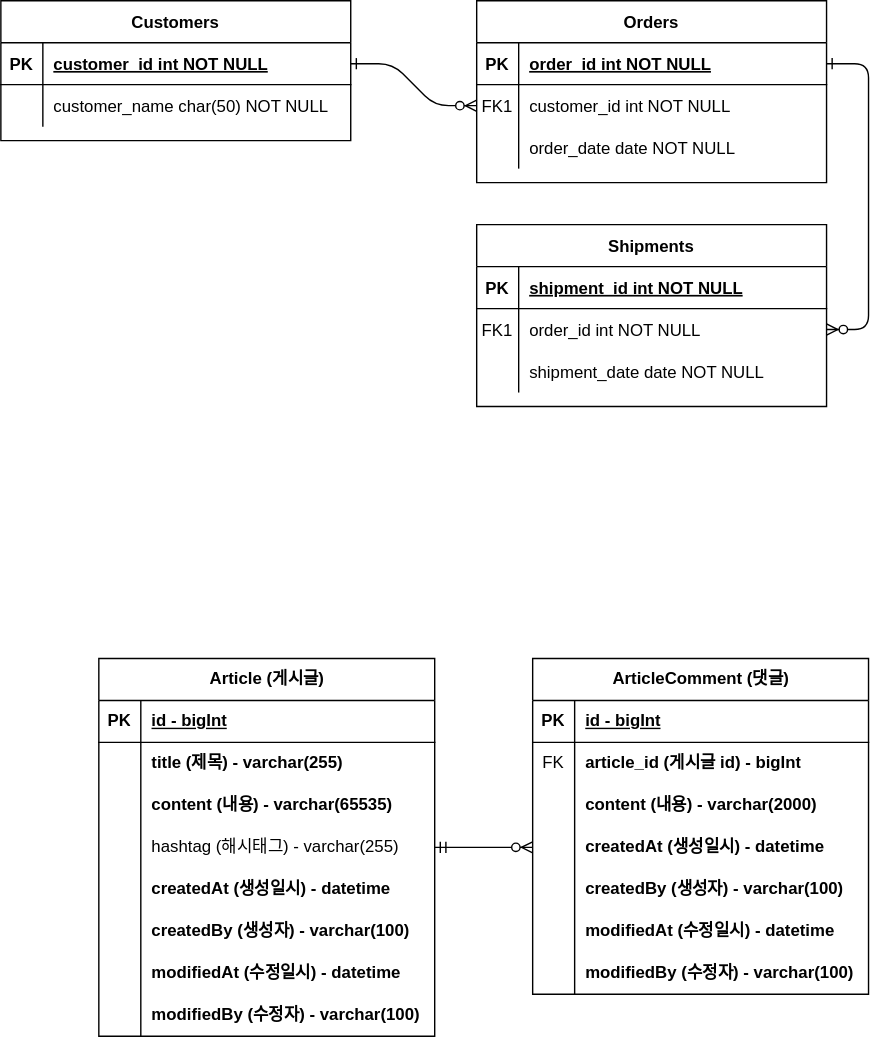
The draw.io diagram 2/document/project-board-erd.svg in hstla/fc-backend-10, before a commit. Source tidied: cells renumbered, new cells last; positions are measured from the earlier drawing's top-left corner, leaving out a move shared by most shapes.
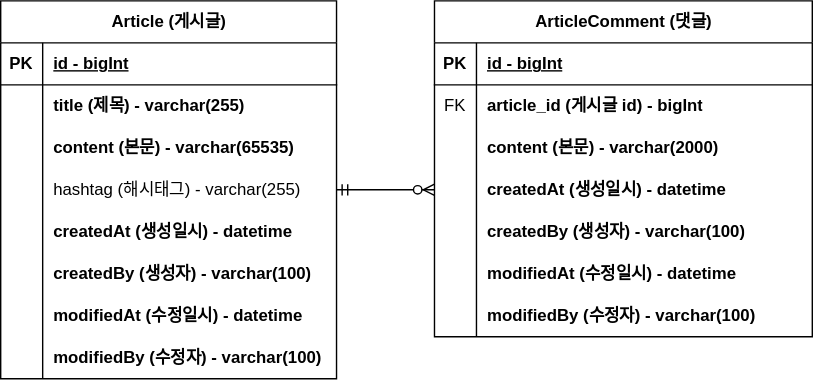
The same file after the commit.

The edit, as a diff of the source:
```diff
@@ -2,93 +2,6 @@
   <root>
     <mxCell id="0" />
     <mxCell id="1" parent="0" />
-    <mxCell id="2" style="edgeStyle=entityRelationEdgeStyle;endArrow=ERzeroToMany;startArrow=ERone;endFill=1;startFill=0;" parent="1" edge="1" source="25" target="8">
-      <mxGeometry relative="1" as="geometry" />
-    </mxCell>
-    <mxCell id="3" style="edgeStyle=entityRelationEdgeStyle;endArrow=ERzeroToMany;startArrow=ERone;endFill=1;startFill=0;" parent="1" edge="1" source="5" target="18">
-      <mxGeometry relative="1" as="geometry" />
-    </mxCell>
-    <mxCell id="4" value="Orders" style="shape=table;startSize=30;rowLines=0;fontStyle=1;align=center;" parent="1" vertex="1">
-      <mxGeometry x="340" width="250" height="130" as="geometry" />
-    </mxCell>
-    <mxCell id="5" style="shape=partialRectangle;fillColor=none;points=[[0,0.5],[1,0.5]];portConstraint=eastwest;top=0;left=0;right=0;bottom=1;" parent="4" vertex="1">
-      <mxGeometry y="30" width="250" height="30" as="geometry" />
-    </mxCell>
-    <mxCell id="6" value="PK" style="shape=partialRectangle;overflow=hidden;fillColor=none;top=0;left=0;bottom=0;right=0;fontStyle=1;" parent="5" vertex="1">
-      <mxGeometry width="30" height="30" as="geometry" />
-    </mxCell>
-    <mxCell id="7" value="order_id int NOT NULL " style="shape=partialRectangle;overflow=hidden;fillColor=none;top=0;left=0;bottom=0;right=0;align=left;spacingLeft=6;fontStyle=5;" parent="5" vertex="1">
-      <mxGeometry x="30" width="220" height="30" as="geometry" />
-    </mxCell>
-    <mxCell id="8" style="shape=partialRectangle;fillColor=none;points=[[0,0.5],[1,0.5]];portConstraint=eastwest;top=0;left=0;right=0;bottom=0;" parent="4" vertex="1">
-      <mxGeometry y="60" width="250" height="30" as="geometry" />
-    </mxCell>
-    <mxCell id="9" value="FK1" style="shape=partialRectangle;overflow=hidden;fillColor=none;top=0;left=0;bottom=0;right=0;" parent="8" vertex="1">
-      <mxGeometry width="30" height="30" as="geometry" />
-    </mxCell>
-    <mxCell id="10" value="customer_id int NOT NULL" style="shape=partialRectangle;overflow=hidden;fillColor=none;top=0;left=0;bottom=0;right=0;align=left;spacingLeft=6;" parent="8" vertex="1">
-      <mxGeometry x="30" width="220" height="30" as="geometry" />
-    </mxCell>
-    <mxCell id="11" style="shape=partialRectangle;fillColor=none;top=0;left=0;right=0;bottom=0;" parent="4" vertex="1">
-      <mxGeometry y="90" width="250" height="30" as="geometry" />
-    </mxCell>
-    <mxCell id="12" style="shape=partialRectangle;overflow=hidden;fillColor=none;top=0;left=0;bottom=0;right=0;" parent="11" vertex="1">
-      <mxGeometry width="30" height="30" as="geometry" />
-    </mxCell>
-    <mxCell id="13" value="order_date date NOT NULL" style="shape=partialRectangle;overflow=hidden;fillColor=none;top=0;left=0;bottom=0;right=0;align=left;spacingLeft=6;" parent="11" vertex="1">
-      <mxGeometry x="30" width="220" height="30" as="geometry" />
-    </mxCell>
-    <mxCell id="14" value="Shipments" style="shape=table;startSize=30;rowLines=0;fontStyle=1;align=center;" parent="1" vertex="1">
-      <mxGeometry x="340" y="160" width="250" height="130" as="geometry" />
-    </mxCell>
-    <mxCell id="15" style="shape=partialRectangle;fillColor=none;top=0;left=0;right=0;bottom=1;" parent="14" vertex="1">
-      <mxGeometry y="30" width="250" height="30" as="geometry" />
-    </mxCell>
-    <mxCell id="16" value="PK" style="shape=partialRectangle;overflow=hidden;fillColor=none;top=0;left=0;bottom=0;right=0;fontStyle=1;" parent="15" vertex="1">
-      <mxGeometry width="30" height="30" as="geometry" />
-    </mxCell>
-    <mxCell id="17" value="shipment_id int NOT NULL " style="shape=partialRectangle;overflow=hidden;fillColor=none;top=0;left=0;bottom=0;right=0;align=left;spacingLeft=6;fontStyle=5;" parent="15" vertex="1">
-      <mxGeometry x="30" width="220" height="30" as="geometry" />
-    </mxCell>
-    <mxCell id="18" style="shape=partialRectangle;fillColor=none;points=[[0,0.5],[1,0.5]];portConstraint=eastwest;top=0;left=0;right=0;bottom=0;" parent="14" vertex="1">
-      <mxGeometry y="60" width="250" height="30" as="geometry" />
-    </mxCell>
-    <mxCell id="19" value="FK1" style="shape=partialRectangle;overflow=hidden;fillColor=none;top=0;left=0;bottom=0;right=0;" parent="18" vertex="1">
-      <mxGeometry width="30" height="30" as="geometry" />
-    </mxCell>
-    <mxCell id="20" value="order_id int NOT NULL" style="shape=partialRectangle;overflow=hidden;fillColor=none;top=0;left=0;bottom=0;right=0;align=left;spacingLeft=6;" parent="18" vertex="1">
-      <mxGeometry x="30" width="220" height="30" as="geometry" />
-    </mxCell>
-    <mxCell id="21" style="shape=partialRectangle;fillColor=none;top=0;left=0;right=0;bottom=0;" parent="14" vertex="1">
-      <mxGeometry y="90" width="250" height="30" as="geometry" />
-    </mxCell>
-    <mxCell id="22" style="shape=partialRectangle;overflow=hidden;fillColor=none;top=0;left=0;bottom=0;right=0;" parent="21" vertex="1">
-      <mxGeometry width="30" height="30" as="geometry" />
-    </mxCell>
-    <mxCell id="23" value="shipment_date date NOT NULL" style="shape=partialRectangle;overflow=hidden;fillColor=none;top=0;left=0;bottom=0;right=0;align=left;spacingLeft=6;" parent="21" vertex="1">
-      <mxGeometry x="30" width="220" height="30" as="geometry" />
-    </mxCell>
-    <mxCell id="24" value="Customers" style="shape=table;startSize=30;rowLines=0;fontStyle=1;align=center;" parent="1" vertex="1">
-      <mxGeometry width="250" height="100" as="geometry" />
-    </mxCell>
-    <mxCell id="25" style="shape=partialRectangle;fillColor=none;points=[[0,0.5],[1,0.5]];portConstraint=eastwest;top=0;left=0;right=0;bottom=1;" parent="24" vertex="1">
-      <mxGeometry y="30" width="250" height="30" as="geometry" />
-    </mxCell>
-    <mxCell id="26" value="PK" style="shape=partialRectangle;overflow=hidden;fillColor=none;top=0;left=0;bottom=0;right=0;fontStyle=1;" parent="25" vertex="1">
-      <mxGeometry width="30" height="30" as="geometry" />
-    </mxCell>
-    <mxCell id="27" value="customer_id int NOT NULL " style="shape=partialRectangle;overflow=hidden;fillColor=none;top=0;left=0;bottom=0;right=0;align=left;spacingLeft=6;fontStyle=5;" parent="25" vertex="1">
-      <mxGeometry x="30" width="220" height="30" as="geometry" />
-    </mxCell>
-    <mxCell id="28" style="shape=partialRectangle;fillColor=none;top=0;left=0;right=0;bottom=0;" parent="24" vertex="1">
-      <mxGeometry y="60" width="250" height="30" as="geometry" />
-    </mxCell>
-    <mxCell id="29" style="shape=partialRectangle;overflow=hidden;fillColor=none;top=0;left=0;bottom=0;right=0;" parent="28" vertex="1">
-      <mxGeometry width="30" height="30" as="geometry" />
-    </mxCell>
-    <mxCell id="30" value="customer_name char(50) NOT NULL" style="shape=partialRectangle;overflow=hidden;fillColor=none;top=0;left=0;bottom=0;right=0;align=left;spacingLeft=6;" parent="28" vertex="1">
-      <mxGeometry x="30" width="220" height="30" as="geometry" />
-    </mxCell>
     <mxCell id="31" value="Article (게시글)" style="shape=table;startSize=30;rowLines=0;fontStyle=1;align=center;html=1;" parent="1" vertex="1">
       <mxGeometry x="70" y="470" width="240" height="270" as="geometry" />
     </mxCell>
@@ -116,7 +29,7 @@
     <mxCell id="39" style="shape=partialRectangle;fillColor=none;top=0;left=0;bottom=0;right=0;overflow=hidden;whiteSpace=wrap;html=1;" parent="38" vertex="1">
       <mxGeometry width="30" height="30" as="geometry" />
     </mxCell>
-    <mxCell id="40" value="content (내용) - varchar(65535)" style="shape=partialRectangle;fillColor=none;top=0;left=0;bottom=0;right=0;align=left;spacingLeft=6;overflow=hidden;whiteSpace=wrap;html=1;fontStyle=1;" parent="38" vertex="1">
+    <mxCell id="40" value="content (본문) - varchar(65535)" style="shape=partialRectangle;fillColor=none;top=0;left=0;bottom=0;right=0;align=left;spacingLeft=6;overflow=hidden;whiteSpace=wrap;html=1;fontStyle=1;" parent="38" vertex="1">
       <mxGeometry x="30" width="210" height="30" as="geometry" />
     </mxCell>
     <mxCell id="41" style="shape=tableRow;horizontal=0;startSize=0;swimlaneHead=0;swimlaneBody=0;fillColor=none;points=[[0,0.5],[1,0.5]];portConstraint=eastwest;top=0;left=0;right=0;bottom=0;" parent="31" vertex="1">
@@ -165,70 +78,70 @@
       <mxGeometry x="30" width="210" height="30" as="geometry" />
     </mxCell>
     <mxCell id="56" value="ArticleComment (댓글)" style="shape=table;startSize=30;rowLines=0;fontStyle=1;align=center;html=1;" parent="1" vertex="1">
-      <mxGeometry x="380" y="470" width="240" height="240" as="geometry" />
+      <mxGeometry x="380" y="470" width="270" height="240" as="geometry" />
     </mxCell>
     <mxCell id="57" style="shape=tableRow;horizontal=0;startSize=0;swimlaneHead=0;swimlaneBody=0;fillColor=none;top=0;left=0;right=0;bottom=1;" parent="56" vertex="1">
-      <mxGeometry y="30" width="240" height="30" as="geometry" />
+      <mxGeometry y="30" width="270" height="30" as="geometry" />
     </mxCell>
     <mxCell id="58" value="PK" style="shape=partialRectangle;fillColor=none;top=0;left=0;bottom=0;right=0;fontStyle=1;overflow=hidden;whiteSpace=wrap;html=1;" parent="57" vertex="1">
       <mxGeometry width="30" height="30" as="geometry" />
     </mxCell>
     <mxCell id="59" value="id - bigInt" style="shape=partialRectangle;fillColor=none;top=0;left=0;bottom=0;right=0;align=left;spacingLeft=6;fontStyle=5;overflow=hidden;whiteSpace=wrap;html=1;" parent="57" vertex="1">
-      <mxGeometry x="30" width="210" height="30" as="geometry" />
+      <mxGeometry x="30" width="240" height="30" as="geometry" />
     </mxCell>
     <mxCell id="60" style="shape=tableRow;horizontal=0;startSize=0;swimlaneHead=0;swimlaneBody=0;fillColor=none;top=0;left=0;right=0;bottom=0;" parent="56" vertex="1">
-      <mxGeometry y="60" width="240" height="30" as="geometry" />
+      <mxGeometry y="60" width="270" height="30" as="geometry" />
     </mxCell>
     <mxCell id="61" value="FK" style="shape=partialRectangle;fillColor=none;top=0;left=0;bottom=0;right=0;overflow=hidden;whiteSpace=wrap;html=1;" parent="60" vertex="1">
       <mxGeometry width="30" height="30" as="geometry" />
     </mxCell>
     <mxCell id="62" value="article_id (게시글 id) - bigInt" style="shape=partialRectangle;fillColor=none;top=0;left=0;bottom=0;right=0;align=left;spacingLeft=6;overflow=hidden;whiteSpace=wrap;html=1;fontStyle=1;" parent="60" vertex="1">
-      <mxGeometry x="30" width="210" height="30" as="geometry" />
+      <mxGeometry x="30" width="240" height="30" as="geometry" />
     </mxCell>
     <mxCell id="63" style="shape=tableRow;horizontal=0;startSize=0;swimlaneHead=0;swimlaneBody=0;fillColor=none;top=0;left=0;right=0;bottom=0;" parent="56" vertex="1">
-      <mxGeometry y="90" width="240" height="30" as="geometry" />
+      <mxGeometry y="90" width="270" height="30" as="geometry" />
     </mxCell>
     <mxCell id="64" style="shape=partialRectangle;fillColor=none;top=0;left=0;bottom=0;right=0;overflow=hidden;whiteSpace=wrap;html=1;" parent="63" vertex="1">
       <mxGeometry width="30" height="30" as="geometry" />
     </mxCell>
-    <mxCell id="65" value="content (내용) - varchar(2000)" style="shape=partialRectangle;fillColor=none;top=0;left=0;bottom=0;right=0;align=left;spacingLeft=6;overflow=hidden;whiteSpace=wrap;html=1;fontStyle=1;" parent="63" vertex="1">
-      <mxGeometry x="30" width="210" height="30" as="geometry" />
+    <mxCell id="65" value="content (본문) - varchar(2000)" style="shape=partialRectangle;fillColor=none;top=0;left=0;bottom=0;right=0;align=left;spacingLeft=6;overflow=hidden;whiteSpace=wrap;html=1;fontStyle=1;" parent="63" vertex="1">
+      <mxGeometry x="30" width="240" height="30" as="geometry" />
     </mxCell>
     <mxCell id="66" style="shape=tableRow;horizontal=0;startSize=0;swimlaneHead=0;swimlaneBody=0;fillColor=none;points=[[0,0.5],[1,0.5]];portConstraint=eastwest;top=0;left=0;right=0;bottom=0;" parent="56" vertex="1">
-      <mxGeometry y="120" width="240" height="30" as="geometry" />
+      <mxGeometry y="120" width="270" height="30" as="geometry" />
     </mxCell>
     <mxCell id="67" style="shape=partialRectangle;fillColor=none;top=0;left=0;bottom=0;right=0;overflow=hidden;whiteSpace=wrap;html=1;" parent="66" vertex="1">
       <mxGeometry width="30" height="30" as="geometry" />
     </mxCell>
     <mxCell id="68" value="createdAt (생성일시) - datetime" style="shape=partialRectangle;fillColor=none;top=0;left=0;bottom=0;right=0;align=left;spacingLeft=6;overflow=hidden;whiteSpace=wrap;html=1;fontStyle=1;" parent="66" vertex="1">
-      <mxGeometry x="30" width="210" height="30" as="geometry" />
+      <mxGeometry x="30" width="240" height="30" as="geometry" />
     </mxCell>
     <mxCell id="69" style="shape=tableRow;horizontal=0;startSize=0;swimlaneHead=0;swimlaneBody=0;fillColor=none;top=0;left=0;right=0;bottom=0;" parent="56" vertex="1">
-      <mxGeometry y="150" width="240" height="30" as="geometry" />
+      <mxGeometry y="150" width="270" height="30" as="geometry" />
     </mxCell>
     <mxCell id="70" style="shape=partialRectangle;fillColor=none;top=0;left=0;bottom=0;right=0;overflow=hidden;whiteSpace=wrap;html=1;" parent="69" vertex="1">
       <mxGeometry width="30" height="30" as="geometry" />
     </mxCell>
     <mxCell id="71" value="createdBy (생성자) - varchar(100)" style="shape=partialRectangle;fillColor=none;top=0;left=0;bottom=0;right=0;align=left;spacingLeft=6;overflow=hidden;whiteSpace=wrap;html=1;fontStyle=1;" parent="69" vertex="1">
-      <mxGeometry x="30" width="210" height="30" as="geometry" />
+      <mxGeometry x="30" width="240" height="30" as="geometry" />
     </mxCell>
     <mxCell id="72" style="shape=tableRow;horizontal=0;startSize=0;swimlaneHead=0;swimlaneBody=0;fillColor=none;top=0;left=0;right=0;bottom=0;" parent="56" vertex="1">
-      <mxGeometry y="180" width="240" height="30" as="geometry" />
+      <mxGeometry y="180" width="270" height="30" as="geometry" />
     </mxCell>
     <mxCell id="73" style="shape=partialRectangle;fillColor=none;top=0;left=0;bottom=0;right=0;overflow=hidden;whiteSpace=wrap;html=1;" parent="72" vertex="1">
       <mxGeometry width="30" height="30" as="geometry" />
     </mxCell>
     <mxCell id="74" value="modifiedAt (수정일시) - datetime" style="shape=partialRectangle;fillColor=none;top=0;left=0;bottom=0;right=0;align=left;spacingLeft=6;overflow=hidden;whiteSpace=wrap;html=1;fontStyle=1;" parent="72" vertex="1">
-      <mxGeometry x="30" width="210" height="30" as="geometry" />
+      <mxGeometry x="30" width="240" height="30" as="geometry" />
     </mxCell>
     <mxCell id="75" style="shape=tableRow;horizontal=0;startSize=0;swimlaneHead=0;swimlaneBody=0;fillColor=none;top=0;left=0;right=0;bottom=0;" parent="56" vertex="1">
-      <mxGeometry y="210" width="240" height="30" as="geometry" />
+      <mxGeometry y="210" width="270" height="30" as="geometry" />
     </mxCell>
     <mxCell id="76" style="shape=partialRectangle;fillColor=none;top=0;left=0;bottom=0;right=0;overflow=hidden;whiteSpace=wrap;html=1;" parent="75" vertex="1">
       <mxGeometry width="30" height="30" as="geometry" />
     </mxCell>
     <mxCell id="77" value="modifiedBy (수정자) - varchar(100)" style="shape=partialRectangle;fillColor=none;top=0;left=0;bottom=0;right=0;align=left;spacingLeft=6;overflow=hidden;whiteSpace=wrap;html=1;fontStyle=1;" parent="75" vertex="1">
-      <mxGeometry x="30" width="210" height="30" as="geometry" />
+      <mxGeometry x="30" width="240" height="30" as="geometry" />
     </mxCell>
     <mxCell id="78" style="edgeStyle=entityRelationEdgeStyle;fontSize=12;html=1;endArrow=ERzeroToMany;startArrow=ERmandOne;rounded=0;exitX=1;exitY=0.5;exitDx=0;exitDy=0;entryX=0;entryY=0.5;entryDx=0;entryDy=0;" parent="1" edge="1" source="41" target="66">
       <mxGeometry relative="1" as="geometry" />
```
